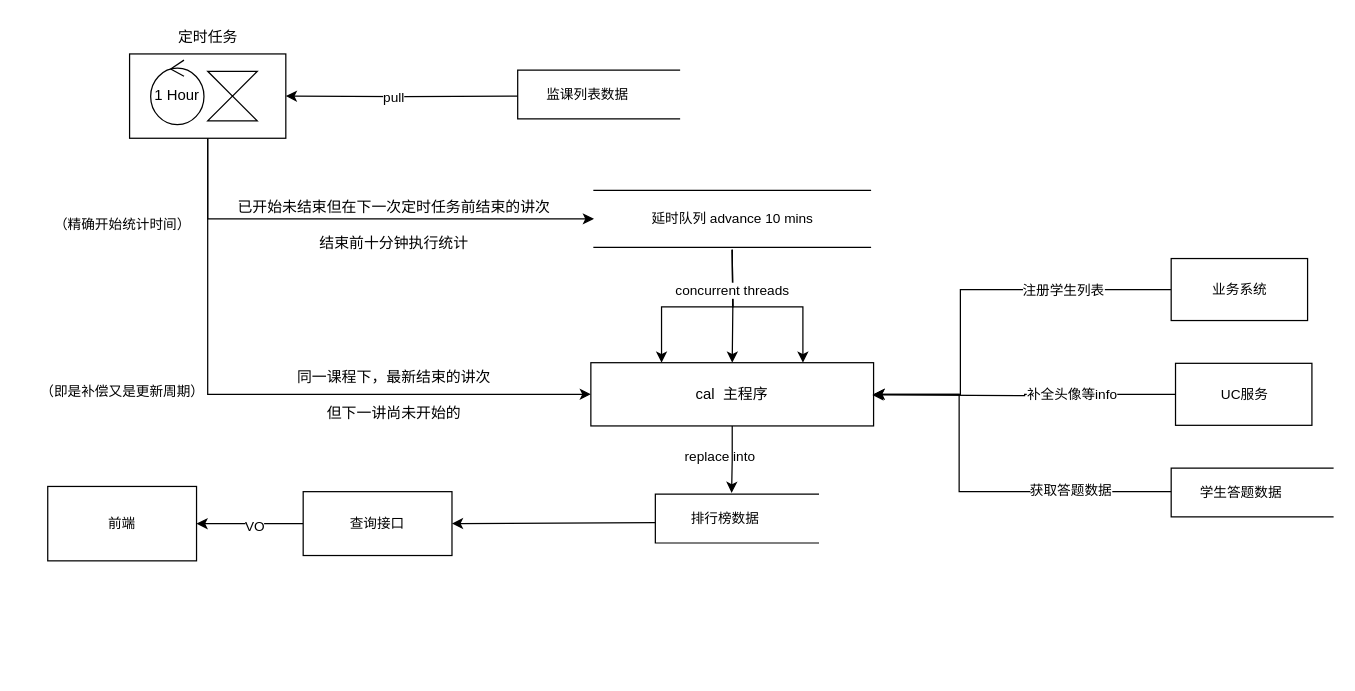
Earlier version of the draw.io diagram 讲次维度排行榜.drawio (NewMeanning/-). Source tidied: cells renumbered, new cells numbered last; positions are measured from the earlier drawing's top-left corner, leaving out a move shared by most shapes. Both pictures are drawn from the tidied source at 124%, with x=0, y=0 at pixel (21, 21).
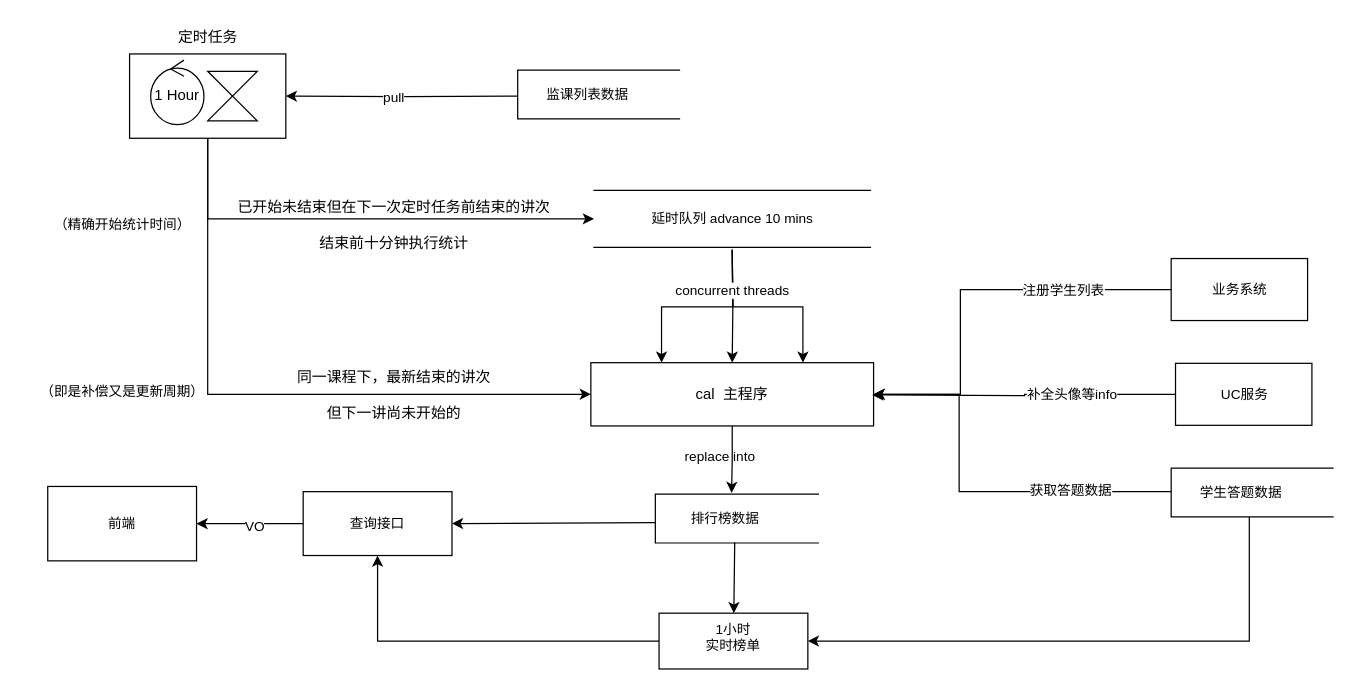
The same page after the edit.

Commit message:
更新讲次维度排行榜.drawio

The change refers to these unchanged cells:
```xml
<mxCell id="32" style="shape=mxgraph.pid.apparatus_elements.support_ring;html=1;align=center;verticalLabelPosition=bottom;verticalAlign=top;dashed=0;fontSize=11;" parent="31" vertex="1">
  <mxGeometry width="132" height="39.4" as="geometry" />
</mxCell>
<mxCell id="35" style="shape=mxgraph.pid.apparatus_elements.support_ring;html=1;align=center;verticalLabelPosition=bottom;verticalAlign=top;dashed=0;fontSize=11;" parent="34" vertex="1">
  <mxGeometry width="131" height="39.4" as="geometry" />
</mxCell>
<mxCell id="41" value="查询接口" style="rounded=0;whiteSpace=wrap;html=1;fontSize=11;" parent="1" vertex="1">
  <mxGeometry x="227" y="379" width="120" height="51.5" as="geometry" />
</mxCell>
```

What changed in the source:
```diff
@@
+    <mxCell id="44" style="edgeStyle=orthogonalEdgeStyle;rounded=0;jettySize=auto;html=1;exitX=0;exitY=0.5;exitDx=0;exitDy=0;" parent="1" edge="1" source="45" target="41">
+      <mxGeometry relative="1" as="geometry" />
+    </mxCell>
+    <mxCell id="45" value="1小时&lt;br&gt;实时榜单" style="whiteSpace=wrap;html=1;fontSize=11;verticalAlign=top;dashed=0;" parent="1" vertex="1">
+      <mxGeometry x="514" y="477" width="120" height="45" as="geometry" />
+    </mxCell>
+    <mxCell id="46" style="edgeStyle=orthogonalEdgeStyle;rounded=0;jettySize=auto;html=1;entryX=1;entryY=0.5;entryDx=0;entryDy=0;" parent="1" edge="1" source="35" target="45">
+      <mxGeometry relative="1" as="geometry">
+        <Array as="points">
+          <mxPoint x="990" y="500" />
+        </Array>
+      </mxGeometry>
+    </mxCell>
+    <mxCell id="47" style="endArrow=classic;html=1;rounded=0;exitX=0.485;exitY=0.989;exitDx=0;exitDy=0;exitPerimeter=0;" parent="1" edge="1" source="32" target="45">
+      <mxGeometry relative="1" as="geometry" />
+    </mxCell>
```
